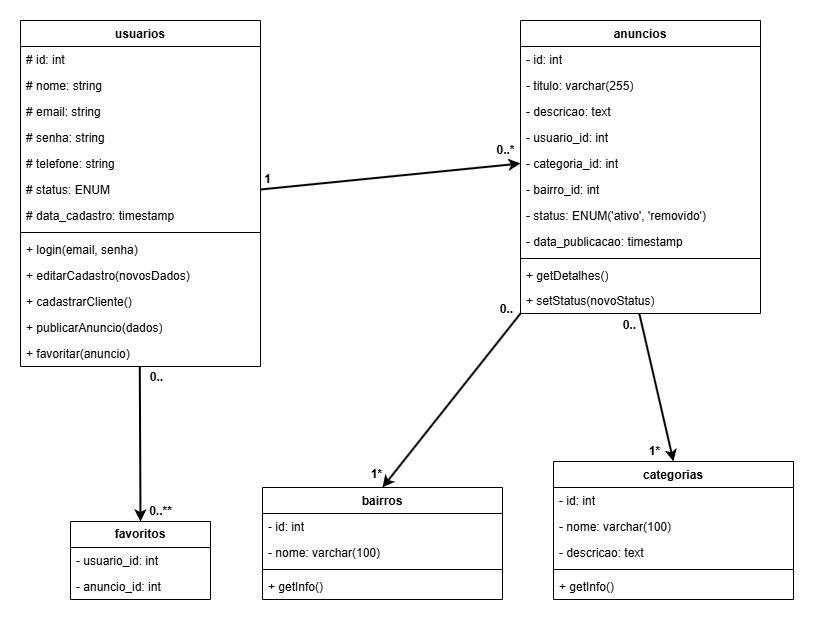
Earlier version of the draw.io export Documentação/Diagrama de Classes/DiagramaClasses.png (tthaless/UltimaPagina). Source tidied: cells renumbered, new cells last; positions are measured from the earlier drawing's top-left corner, leaving out a move shared by most shapes. Source of this version:
```xml
<mxGraphModel>
  <root>
    <mxCell id="0" />
    <mxCell id="1" parent="0" />
    <mxCell id="2" value="usuarios" style="swimlane;fontStyle=1;align=center;verticalAlign=top;horizontal=1;startSize=26;whiteSpace=wrap;html=1;" parent="1" vertex="1">
      <mxGeometry width="240" height="346" as="geometry" />
    </mxCell>
    <mxCell id="3" value="# id: int" style="text;strokeColor=none;fillColor=none;align=left;verticalAlign=top;spacingLeft=4;spacingRight=4;overflow=hidden;whiteSpace=wrap;html=1;" parent="2" vertex="1">
      <mxGeometry y="26" width="240" height="26" as="geometry" />
    </mxCell>
    <mxCell id="4" value="&lt;div&gt;# nome: string&lt;/div&gt;" style="text;strokeColor=none;fillColor=none;align=left;verticalAlign=top;spacingLeft=4;spacingRight=4;overflow=hidden;whiteSpace=wrap;html=1;" parent="2" vertex="1">
      <mxGeometry y="52" width="240" height="26" as="geometry" />
    </mxCell>
    <mxCell id="5" value="# email: string" style="text;strokeColor=none;fillColor=none;align=left;verticalAlign=top;spacingLeft=4;spacingRight=4;overflow=hidden;whiteSpace=wrap;html=1;" parent="2" vertex="1">
      <mxGeometry y="78" width="240" height="26" as="geometry" />
    </mxCell>
    <mxCell id="6" value="# senha: string" style="text;strokeColor=none;fillColor=none;align=left;verticalAlign=top;spacingLeft=4;spacingRight=4;overflow=hidden;whiteSpace=wrap;html=1;" parent="2" vertex="1">
      <mxGeometry y="104" width="240" height="26" as="geometry" />
    </mxCell>
    <mxCell id="7" value="# telefone: string" style="text;strokeColor=none;fillColor=none;align=left;verticalAlign=top;spacingLeft=4;spacingRight=4;overflow=hidden;whiteSpace=wrap;html=1;" parent="2" vertex="1">
      <mxGeometry y="130" width="240" height="26" as="geometry" />
    </mxCell>
    <mxCell id="8" value="# status: ENUM" style="text;strokeColor=none;fillColor=none;align=left;verticalAlign=top;spacingLeft=4;spacingRight=4;overflow=hidden;points=[[0,0.5],[1,0.5]];portConstraint=eastwest;whiteSpace=wrap;html=1;" parent="2" vertex="1">
      <mxGeometry y="156" width="240" height="26" as="geometry" />
    </mxCell>
    <mxCell id="9" value="# data_cadastro: timestamp" style="text;strokeColor=none;fillColor=none;align=left;verticalAlign=top;spacingLeft=4;spacingRight=4;overflow=hidden;whiteSpace=wrap;html=1;" parent="2" vertex="1">
      <mxGeometry y="182" width="240" height="26" as="geometry" />
    </mxCell>
    <mxCell id="10" style="line;strokeWidth=1;fillColor=none;align=left;verticalAlign=middle;spacingTop=-1;spacingLeft=3;spacingRight=3;labelPosition=right;strokeColor=inherit;" parent="2" vertex="1">
      <mxGeometry y="208" width="240" height="8" as="geometry" />
    </mxCell>
    <mxCell id="11" value="+ login(email, senha)" style="text;strokeColor=none;fillColor=none;align=left;verticalAlign=top;spacingLeft=4;spacingRight=4;overflow=hidden;whiteSpace=wrap;html=1;" parent="2" vertex="1">
      <mxGeometry y="216" width="240" height="26" as="geometry" />
    </mxCell>
    <mxCell id="12" value="+ editarCadastro(novosDados)" style="text;strokeColor=none;fillColor=none;align=left;verticalAlign=top;spacingLeft=4;spacingRight=4;overflow=hidden;whiteSpace=wrap;html=1;" parent="2" vertex="1">
      <mxGeometry y="242" width="240" height="26" as="geometry" />
    </mxCell>
    <mxCell id="13" value="+&amp;nbsp;cadastrarCliente()&amp;nbsp;" style="text;strokeColor=none;fillColor=none;align=left;verticalAlign=top;spacingLeft=4;spacingRight=4;overflow=hidden;whiteSpace=wrap;html=1;" parent="2" vertex="1">
      <mxGeometry y="268" width="240" height="26" as="geometry" />
    </mxCell>
    <mxCell id="14" value="+&amp;nbsp;publicarAnuncio(dados)" style="text;strokeColor=none;fillColor=none;align=left;verticalAlign=top;spacingLeft=4;spacingRight=4;overflow=hidden;whiteSpace=wrap;html=1;" parent="2" vertex="1">
      <mxGeometry y="294" width="240" height="26" as="geometry" />
    </mxCell>
    <mxCell id="15" value="+ favoritar(anuncio)" style="text;strokeColor=none;fillColor=none;align=left;verticalAlign=top;spacingLeft=4;spacingRight=4;overflow=hidden;points=[[0,0.5],[1,0.5]];portConstraint=eastwest;whiteSpace=wrap;html=1;" parent="2" vertex="1">
      <mxGeometry y="320" width="240" height="26" as="geometry" />
    </mxCell>
    <mxCell id="16" value="anuncios" style="swimlane;fontStyle=1;align=center;verticalAlign=top;horizontal=1;startSize=26;whiteSpace=wrap;html=1;" parent="1" vertex="1">
      <mxGeometry x="500" width="240" height="293" as="geometry" />
    </mxCell>
    <mxCell id="17" value="- id: int" style="text;strokeColor=none;fillColor=none;align=left;verticalAlign=top;spacingLeft=4;spacingRight=4;overflow=hidden;whiteSpace=wrap;html=1;" parent="16" vertex="1">
      <mxGeometry y="26" width="240" height="26" as="geometry" />
    </mxCell>
    <mxCell id="18" value="- titulo: varchar(255)" style="text;strokeColor=none;fillColor=none;align=left;verticalAlign=top;spacingLeft=4;spacingRight=4;overflow=hidden;whiteSpace=wrap;html=1;" parent="16" vertex="1">
      <mxGeometry y="52" width="240" height="26" as="geometry" />
    </mxCell>
    <mxCell id="19" value="- descricao: text" style="text;strokeColor=none;fillColor=none;align=left;verticalAlign=top;spacingLeft=4;spacingRight=4;overflow=hidden;whiteSpace=wrap;html=1;" parent="16" vertex="1">
      <mxGeometry y="78" width="240" height="26" as="geometry" />
    </mxCell>
    <mxCell id="20" value="- usuario_id: int" style="text;strokeColor=none;fillColor=none;align=left;verticalAlign=top;spacingLeft=4;spacingRight=4;overflow=hidden;whiteSpace=wrap;html=1;" parent="16" vertex="1">
      <mxGeometry y="104" width="240" height="26" as="geometry" />
    </mxCell>
    <mxCell id="21" value="- categoria_id: int" style="text;strokeColor=none;fillColor=none;align=left;verticalAlign=top;spacingLeft=4;spacingRight=4;overflow=hidden;points=[[0,0.5],[1,0.5]];portConstraint=eastwest;whiteSpace=wrap;html=1;" parent="16" vertex="1">
      <mxGeometry y="130" width="240" height="26" as="geometry" />
    </mxCell>
    <mxCell id="22" value="- bairro_id: int" style="text;strokeColor=none;fillColor=none;align=left;verticalAlign=top;spacingLeft=4;spacingRight=4;overflow=hidden;points=[[0,0.5],[1,0.5]];portConstraint=eastwest;whiteSpace=wrap;html=1;" parent="16" vertex="1">
      <mxGeometry y="156" width="240" height="26" as="geometry" />
    </mxCell>
    <mxCell id="23" value="- status: ENUM('ativo', 'removido')" style="text;strokeColor=none;fillColor=none;align=left;verticalAlign=top;spacingLeft=4;spacingRight=4;overflow=hidden;whiteSpace=wrap;html=1;" parent="16" vertex="1">
      <mxGeometry y="182" width="240" height="26" as="geometry" />
    </mxCell>
    <mxCell id="24" value="- data_publicacao: timestamp" style="text;strokeColor=none;fillColor=none;align=left;verticalAlign=top;spacingLeft=4;spacingRight=4;overflow=hidden;whiteSpace=wrap;html=1;" parent="16" vertex="1">
      <mxGeometry y="208" width="240" height="26" as="geometry" />
    </mxCell>
    <mxCell id="25" style="line;strokeWidth=1;fillColor=none;align=left;verticalAlign=middle;spacingTop=-1;spacingLeft=3;spacingRight=3;labelPosition=right;strokeColor=inherit;" parent="16" vertex="1">
      <mxGeometry y="234" width="240" height="8" as="geometry" />
    </mxCell>
    <mxCell id="26" value="+ getDetalhes()" style="text;strokeColor=none;fillColor=none;align=left;verticalAlign=top;spacingLeft=4;spacingRight=4;overflow=hidden;whiteSpace=wrap;html=1;" parent="16" vertex="1">
      <mxGeometry y="242" width="240" height="25" as="geometry" />
    </mxCell>
    <mxCell id="27" value="+ setStatus(novoStatus)" style="text;strokeColor=none;fillColor=none;align=left;verticalAlign=top;spacingLeft=4;spacingRight=4;overflow=hidden;points=[[0,0.5],[1,0.5]];portConstraint=eastwest;whiteSpace=wrap;html=1;" parent="16" vertex="1">
      <mxGeometry y="267" width="240" height="26" as="geometry" />
    </mxCell>
    <mxCell id="28" value="bairros" style="swimlane;fontStyle=1;align=center;verticalAlign=top;horizontal=1;startSize=26;whiteSpace=wrap;html=1;" parent="1" vertex="1">
      <mxGeometry x="242" y="467" width="240" height="112" as="geometry" />
    </mxCell>
    <mxCell id="29" value="- id: int" style="text;strokeColor=none;fillColor=none;align=left;verticalAlign=top;spacingLeft=4;spacingRight=4;overflow=hidden;whiteSpace=wrap;html=1;" parent="28" vertex="1">
      <mxGeometry y="26" width="240" height="26" as="geometry" />
    </mxCell>
    <mxCell id="30" value="- nome: varchar(100)" style="text;strokeColor=none;fillColor=none;align=left;verticalAlign=top;spacingLeft=4;spacingRight=4;overflow=hidden;whiteSpace=wrap;html=1;" parent="28" vertex="1">
      <mxGeometry y="52" width="240" height="26" as="geometry" />
    </mxCell>
    <mxCell id="31" style="line;strokeWidth=1;fillColor=none;align=left;verticalAlign=middle;spacingTop=-1;spacingLeft=3;spacingRight=3;labelPosition=right;strokeColor=inherit;" parent="28" vertex="1">
      <mxGeometry y="78" width="240" height="8" as="geometry" />
    </mxCell>
    <mxCell id="32" value="+ getInfo()" style="text;strokeColor=none;fillColor=none;align=left;verticalAlign=top;spacingLeft=4;spacingRight=4;overflow=hidden;whiteSpace=wrap;html=1;" parent="28" vertex="1">
      <mxGeometry y="86" width="240" height="26" as="geometry" />
    </mxCell>
    <mxCell id="33" value="categorias" style="swimlane;fontStyle=1;align=center;verticalAlign=top;horizontal=1;startSize=26;whiteSpace=wrap;html=1;" parent="1" vertex="1">
      <mxGeometry x="533" y="441" width="240" height="138" as="geometry" />
    </mxCell>
    <mxCell id="34" value="- id: int" style="text;strokeColor=none;fillColor=none;align=left;verticalAlign=top;spacingLeft=4;spacingRight=4;overflow=hidden;whiteSpace=wrap;html=1;" parent="33" vertex="1">
      <mxGeometry y="26" width="240" height="26" as="geometry" />
    </mxCell>
    <mxCell id="35" value="- nome: varchar(100)" style="text;strokeColor=none;fillColor=none;align=left;verticalAlign=top;spacingLeft=4;spacingRight=4;overflow=hidden;whiteSpace=wrap;html=1;" parent="33" vertex="1">
      <mxGeometry y="52" width="240" height="26" as="geometry" />
    </mxCell>
    <mxCell id="36" value="- descricao: text" style="text;strokeColor=none;fillColor=none;align=left;verticalAlign=top;spacingLeft=4;spacingRight=4;overflow=hidden;whiteSpace=wrap;html=1;" parent="33" vertex="1">
      <mxGeometry y="78" width="240" height="26" as="geometry" />
    </mxCell>
    <mxCell id="37" style="line;strokeWidth=1;fillColor=none;align=left;verticalAlign=middle;spacingTop=-1;spacingLeft=3;spacingRight=3;labelPosition=right;strokeColor=inherit;" parent="33" vertex="1">
      <mxGeometry y="104" width="240" height="8" as="geometry" />
    </mxCell>
    <mxCell id="38" value="+ getInfo()" style="text;strokeColor=none;fillColor=none;align=left;verticalAlign=top;spacingLeft=4;spacingRight=4;overflow=hidden;whiteSpace=wrap;html=1;" parent="33" vertex="1">
      <mxGeometry y="112" width="240" height="26" as="geometry" />
    </mxCell>
    <mxCell id="39" style="endArrow=classic;html=1;rounded=0;exitX=1;exitY=0.5;exitDx=0;exitDy=0;entryX=0;entryY=0.5;entryDx=0;entryDy=0;strokeWidth=2;" parent="1" edge="1" source="8" target="21">
      <mxGeometry relative="1" as="geometry" />
    </mxCell>
    <mxCell id="40" value="&lt;b&gt;1&lt;/b&gt;" style="text;html=1;align=center;verticalAlign=middle;strokeColor=none;fillColor=none;" parent="1" vertex="1">
      <mxGeometry x="232" y="144" width="30" height="30" as="geometry" />
    </mxCell>
    <mxCell id="41" value="&lt;b&gt;0..*&lt;/b&gt;" style="text;html=1;align=center;verticalAlign=middle;strokeColor=none;fillColor=none;" parent="1" vertex="1">
      <mxGeometry x="467" y="116" width="36" height="27" as="geometry" />
    </mxCell>
    <mxCell id="42" value="&lt;span style=&quot;font-weight: 700;&quot;&gt;favoritos&lt;/span&gt;" style="swimlane;fontStyle=0;horizontal=1;startSize=26;fillColor=none;whiteSpace=wrap;html=1;" parent="1" vertex="1">
      <mxGeometry x="50" y="501" width="140" height="78" as="geometry" />
    </mxCell>
    <mxCell id="43" value="- usuario_id: int" style="text;strokeColor=none;fillColor=none;align=left;verticalAlign=top;spacingLeft=4;spacingRight=4;overflow=hidden;whiteSpace=wrap;html=1;" parent="42" vertex="1">
      <mxGeometry y="26" width="140" height="26" as="geometry" />
    </mxCell>
    <mxCell id="44" value="- anuncio_id: int" style="text;strokeColor=none;fillColor=none;align=left;verticalAlign=top;spacingLeft=4;spacingRight=4;overflow=hidden;whiteSpace=wrap;html=1;" parent="42" vertex="1">
      <mxGeometry y="52" width="140" height="26" as="geometry" />
    </mxCell>
    <mxCell id="45" style="endArrow=classic;html=1;rounded=0;exitX=0.497;exitY=0.999;exitDx=0;exitDy=0;exitPerimeter=0;entryX=0.5;entryY=0;entryDx=0;entryDy=0;strokeWidth=2;" parent="1" edge="1" source="15" target="42">
      <mxGeometry relative="1" as="geometry" />
    </mxCell>
    <mxCell id="46" value="&lt;b&gt;0..&lt;/b&gt;" style="text;html=1;align=center;verticalAlign=middle;strokeColor=none;fillColor=none;" parent="1" vertex="1">
      <mxGeometry x="119" y="343" width="33" height="27" as="geometry" />
    </mxCell>
    <mxCell id="47" value="&lt;b&gt;0..**&lt;/b&gt;" style="text;html=1;align=center;verticalAlign=middle;strokeColor=none;fillColor=none;" parent="1" vertex="1">
      <mxGeometry x="119" y="477" width="42" height="27" as="geometry" />
    </mxCell>
    <mxCell id="48" style="endArrow=classic;html=1;rounded=0;exitX=0.495;exitY=0.998;exitDx=0;exitDy=0;exitPerimeter=0;entryX=0.5;entryY=0;entryDx=0;entryDy=0;strokeWidth=2;" parent="1" edge="1" source="27" target="33">
      <mxGeometry relative="1" as="geometry" />
    </mxCell>
    <mxCell id="49" value="&lt;b&gt;0..&lt;/b&gt;" style="text;html=1;align=center;verticalAlign=middle;strokeColor=none;fillColor=none;" parent="1" vertex="1">
      <mxGeometry x="592" y="291" width="33" height="27" as="geometry" />
    </mxCell>
    <mxCell id="50" value="&lt;b&gt;1*&lt;/b&gt;" style="text;html=1;align=center;verticalAlign=middle;strokeColor=none;fillColor=none;" parent="1" vertex="1">
      <mxGeometry x="619" y="417" width="30" height="27" as="geometry" />
    </mxCell>
    <mxCell id="51" style="endArrow=classic;html=1;rounded=0;exitX=0;exitY=1;exitDx=0;exitDy=0;entryX=0.5;entryY=0;entryDx=0;entryDy=0;strokeWidth=2;" parent="1" edge="1" source="16" target="28">
      <mxGeometry relative="1" as="geometry" />
    </mxCell>
    <mxCell id="52" value="&lt;b&gt;0..&lt;/b&gt;" style="text;html=1;align=center;verticalAlign=middle;strokeColor=none;fillColor=none;" parent="1" vertex="1">
      <mxGeometry x="469" y="275" width="33" height="27" as="geometry" />
    </mxCell>
    <mxCell id="53" value="&lt;b&gt;1*&lt;/b&gt;" style="text;html=1;align=center;verticalAlign=middle;strokeColor=none;fillColor=none;" parent="1" vertex="1">
      <mxGeometry x="341" y="440" width="30" height="27" as="geometry" />
    </mxCell>
  </root>
</mxGraphModel>
```
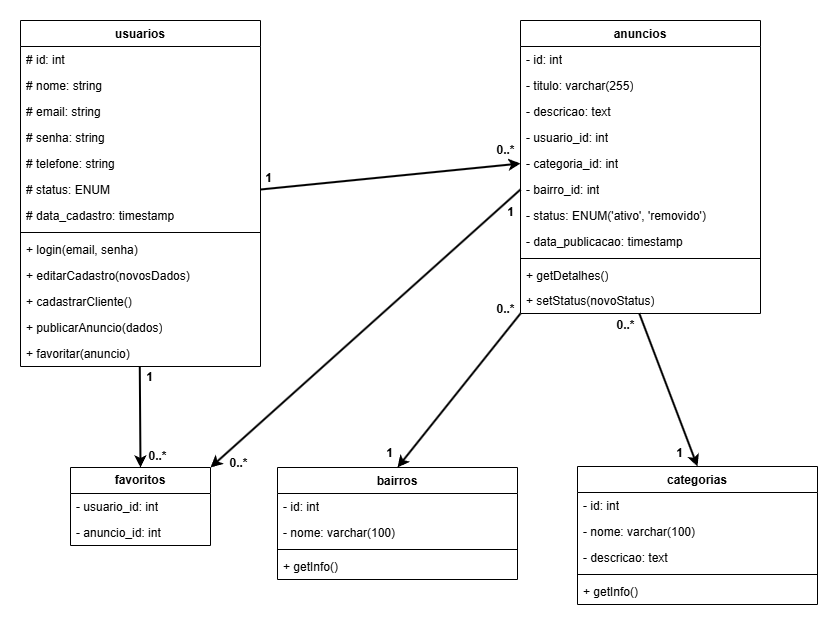
Later version of the same file.

Commit message:
docs: alteração do Diagrama de Classes e de Implantação

Change to the diagram source:
```diff
@@ -81,7 +81,7 @@
       <mxGeometry y="267" width="240" height="26" as="geometry" />
     </mxCell>
     <mxCell id="28" value="bairros" style="swimlane;fontStyle=1;align=center;verticalAlign=top;horizontal=1;startSize=26;whiteSpace=wrap;html=1;" parent="1" vertex="1">
-      <mxGeometry x="242" y="467" width="240" height="112" as="geometry" />
+      <mxGeometry x="257" y="447" width="240" height="112" as="geometry" />
     </mxCell>
     <mxCell id="29" value="- id: int" style="text;strokeColor=none;fillColor=none;align=left;verticalAlign=top;spacingLeft=4;spacingRight=4;overflow=hidden;whiteSpace=wrap;html=1;" parent="28" vertex="1">
       <mxGeometry y="26" width="240" height="26" as="geometry" />
@@ -96,7 +96,7 @@
       <mxGeometry y="86" width="240" height="26" as="geometry" />
     </mxCell>
     <mxCell id="33" value="categorias" style="swimlane;fontStyle=1;align=center;verticalAlign=top;horizontal=1;startSize=26;whiteSpace=wrap;html=1;" parent="1" vertex="1">
-      <mxGeometry x="533" y="441" width="240" height="138" as="geometry" />
+      <mxGeometry x="557" y="446" width="240" height="138" as="geometry" />
     </mxCell>
     <mxCell id="34" value="- id: int" style="text;strokeColor=none;fillColor=none;align=left;verticalAlign=top;spacingLeft=4;spacingRight=4;overflow=hidden;whiteSpace=wrap;html=1;" parent="33" vertex="1">
       <mxGeometry y="26" width="240" height="26" as="geometry" />
@@ -117,13 +117,13 @@
       <mxGeometry relative="1" as="geometry" />
     </mxCell>
     <mxCell id="40" value="&lt;b&gt;1&lt;/b&gt;" style="text;html=1;align=center;verticalAlign=middle;strokeColor=none;fillColor=none;" parent="1" vertex="1">
-      <mxGeometry x="232" y="144" width="30" height="30" as="geometry" />
+      <mxGeometry x="233" y="143" width="30" height="30" as="geometry" />
     </mxCell>
     <mxCell id="41" value="&lt;b&gt;0..*&lt;/b&gt;" style="text;html=1;align=center;verticalAlign=middle;strokeColor=none;fillColor=none;" parent="1" vertex="1">
       <mxGeometry x="467" y="116" width="36" height="27" as="geometry" />
     </mxCell>
     <mxCell id="42" value="&lt;span style=&quot;font-weight: 700;&quot;&gt;favoritos&lt;/span&gt;" style="swimlane;fontStyle=0;horizontal=1;startSize=26;fillColor=none;whiteSpace=wrap;html=1;" parent="1" vertex="1">
-      <mxGeometry x="50" y="501" width="140" height="78" as="geometry" />
+      <mxGeometry x="50" y="447" width="140" height="78" as="geometry" />
     </mxCell>
     <mxCell id="43" value="- usuario_id: int" style="text;strokeColor=none;fillColor=none;align=left;verticalAlign=top;spacingLeft=4;spacingRight=4;overflow=hidden;whiteSpace=wrap;html=1;" parent="42" vertex="1">
       <mxGeometry y="26" width="140" height="26" as="geometry" />
@@ -134,29 +134,38 @@
     <mxCell id="45" style="endArrow=classic;html=1;rounded=0;exitX=0.497;exitY=0.999;exitDx=0;exitDy=0;exitPerimeter=0;entryX=0.5;entryY=0;entryDx=0;entryDy=0;strokeWidth=2;" parent="1" edge="1" source="15" target="42">
       <mxGeometry relative="1" as="geometry" />
     </mxCell>
-    <mxCell id="46" value="&lt;b&gt;0..&lt;/b&gt;" style="text;html=1;align=center;verticalAlign=middle;strokeColor=none;fillColor=none;" parent="1" vertex="1">
-      <mxGeometry x="119" y="343" width="33" height="27" as="geometry" />
+    <mxCell id="46" value="&lt;b&gt;1&lt;/b&gt;" style="text;html=1;align=center;verticalAlign=middle;strokeColor=none;fillColor=none;" parent="1" vertex="1">
+      <mxGeometry x="116" y="343" width="27" height="27" as="geometry" />
     </mxCell>
-    <mxCell id="47" value="&lt;b&gt;0..**&lt;/b&gt;" style="text;html=1;align=center;verticalAlign=middle;strokeColor=none;fillColor=none;" parent="1" vertex="1">
-      <mxGeometry x="119" y="477" width="42" height="27" as="geometry" />
+    <mxCell id="47" value="&lt;b&gt;0..*&lt;/b&gt;" style="text;html=1;align=center;verticalAlign=middle;strokeColor=none;fillColor=none;" parent="1" vertex="1">
+      <mxGeometry x="119" y="423" width="36" height="27" as="geometry" />
     </mxCell>
     <mxCell id="48" style="endArrow=classic;html=1;rounded=0;exitX=0.495;exitY=0.998;exitDx=0;exitDy=0;exitPerimeter=0;entryX=0.5;entryY=0;entryDx=0;entryDy=0;strokeWidth=2;" parent="1" edge="1" source="27" target="33">
       <mxGeometry relative="1" as="geometry" />
     </mxCell>
-    <mxCell id="49" value="&lt;b&gt;0..&lt;/b&gt;" style="text;html=1;align=center;verticalAlign=middle;strokeColor=none;fillColor=none;" parent="1" vertex="1">
-      <mxGeometry x="592" y="291" width="33" height="27" as="geometry" />
+    <mxCell id="49" value="&lt;b&gt;0..*&lt;/b&gt;" style="text;html=1;align=center;verticalAlign=middle;strokeColor=none;fillColor=none;" parent="1" vertex="1">
+      <mxGeometry x="587" y="291" width="36" height="27" as="geometry" />
     </mxCell>
-    <mxCell id="50" value="&lt;b&gt;1*&lt;/b&gt;" style="text;html=1;align=center;verticalAlign=middle;strokeColor=none;fillColor=none;" parent="1" vertex="1">
-      <mxGeometry x="619" y="417" width="30" height="27" as="geometry" />
+    <mxCell id="50" value="&lt;b&gt;1&lt;/b&gt;" style="text;html=1;align=center;verticalAlign=middle;strokeColor=none;fillColor=none;" parent="1" vertex="1">
+      <mxGeometry x="645" y="420" width="27" height="27" as="geometry" />
     </mxCell>
     <mxCell id="51" style="endArrow=classic;html=1;rounded=0;exitX=0;exitY=1;exitDx=0;exitDy=0;entryX=0.5;entryY=0;entryDx=0;entryDy=0;strokeWidth=2;" parent="1" edge="1" source="16" target="28">
       <mxGeometry relative="1" as="geometry" />
     </mxCell>
-    <mxCell id="52" value="&lt;b&gt;0..&lt;/b&gt;" style="text;html=1;align=center;verticalAlign=middle;strokeColor=none;fillColor=none;" parent="1" vertex="1">
-      <mxGeometry x="469" y="275" width="33" height="27" as="geometry" />
+    <mxCell id="52" value="&lt;b&gt;0..*&lt;/b&gt;" style="text;html=1;align=center;verticalAlign=middle;strokeColor=none;fillColor=none;" parent="1" vertex="1">
+      <mxGeometry x="467" y="275" width="36" height="27" as="geometry" />
     </mxCell>
-    <mxCell id="53" value="&lt;b&gt;1*&lt;/b&gt;" style="text;html=1;align=center;verticalAlign=middle;strokeColor=none;fillColor=none;" parent="1" vertex="1">
-      <mxGeometry x="341" y="440" width="30" height="27" as="geometry" />
+    <mxCell id="53" value="&lt;b&gt;1&lt;/b&gt;" style="text;html=1;align=center;verticalAlign=middle;strokeColor=none;fillColor=none;" parent="1" vertex="1">
+      <mxGeometry x="355" y="420" width="27" height="27" as="geometry" />
     </mxCell>
+    <mxCell id="54" style="endArrow=classic;html=1;rounded=0;exitX=0;exitY=0.5;exitDx=0;exitDy=0;entryX=1;entryY=0;entryDx=0;entryDy=0;strokeWidth=2;" parent="1" edge="1" source="22" target="42">
+      <mxGeometry relative="1" as="geometry" />
+    </mxCell>
+    <mxCell id="55" value="&lt;b&gt;1&lt;/b&gt;" style="text;html=1;align=center;verticalAlign=middle;strokeColor=none;fillColor=none;" parent="1" vertex="1">
+      <mxGeometry x="475" y="177" width="30" height="30" as="geometry" />
+    </mxCell>
+    <mxCell id="56" value="&lt;b&gt;0..*&lt;/b&gt;" style="text;html=1;align=center;verticalAlign=middle;strokeColor=none;fillColor=none;" parent="1" vertex="1">
+      <mxGeometry x="200" y="429" width="36" height="27" as="geometry" />
+    </mxCell>
   </root>
 </mxGraphModel>
```
